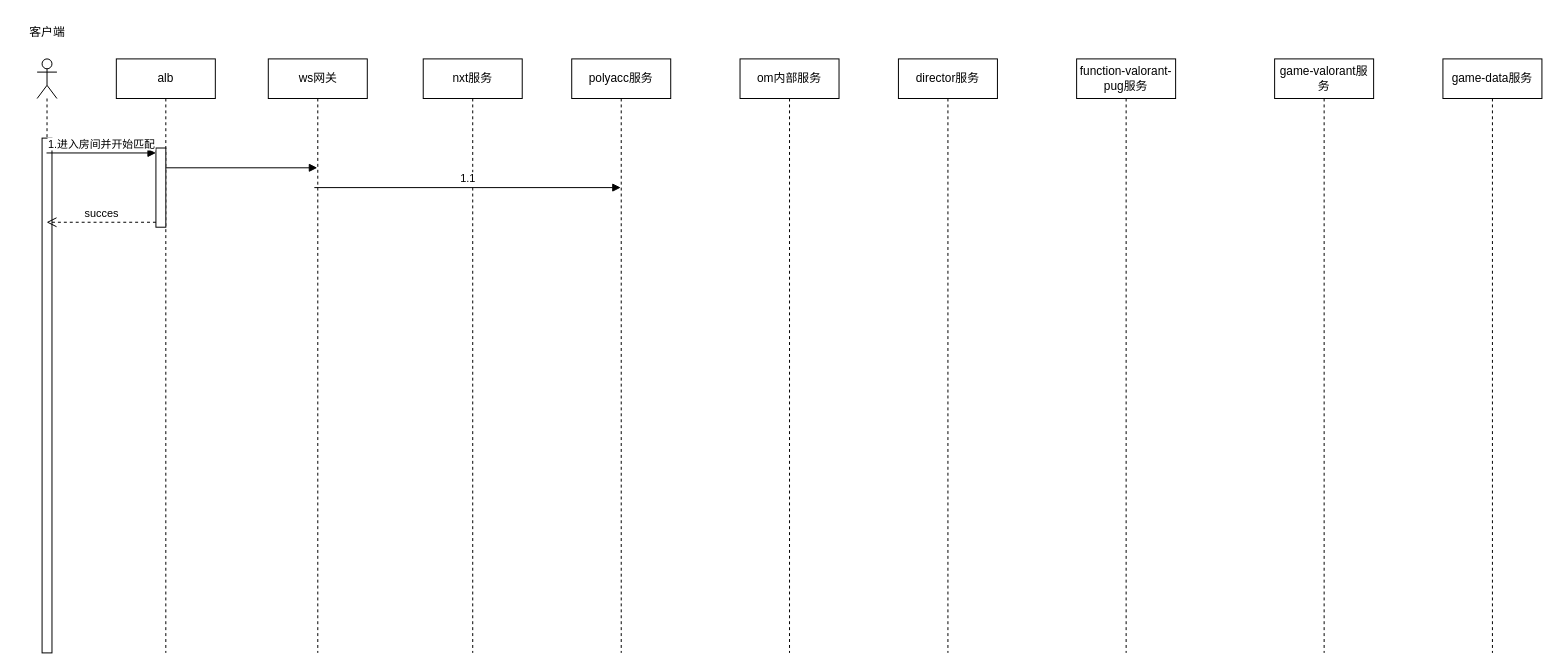
Above: 未命名绘图.drawio in haozhi-ly/test (draw.io), before the change. Source tidied: cells renumbered, new cells numbered last; positions are measured from the earlier drawing's top-left corner, leaving out a move shared by most shapes. Both pictures are drawn from the tidied source at 99%, with x=0, y=0 at pixel (17, 17).
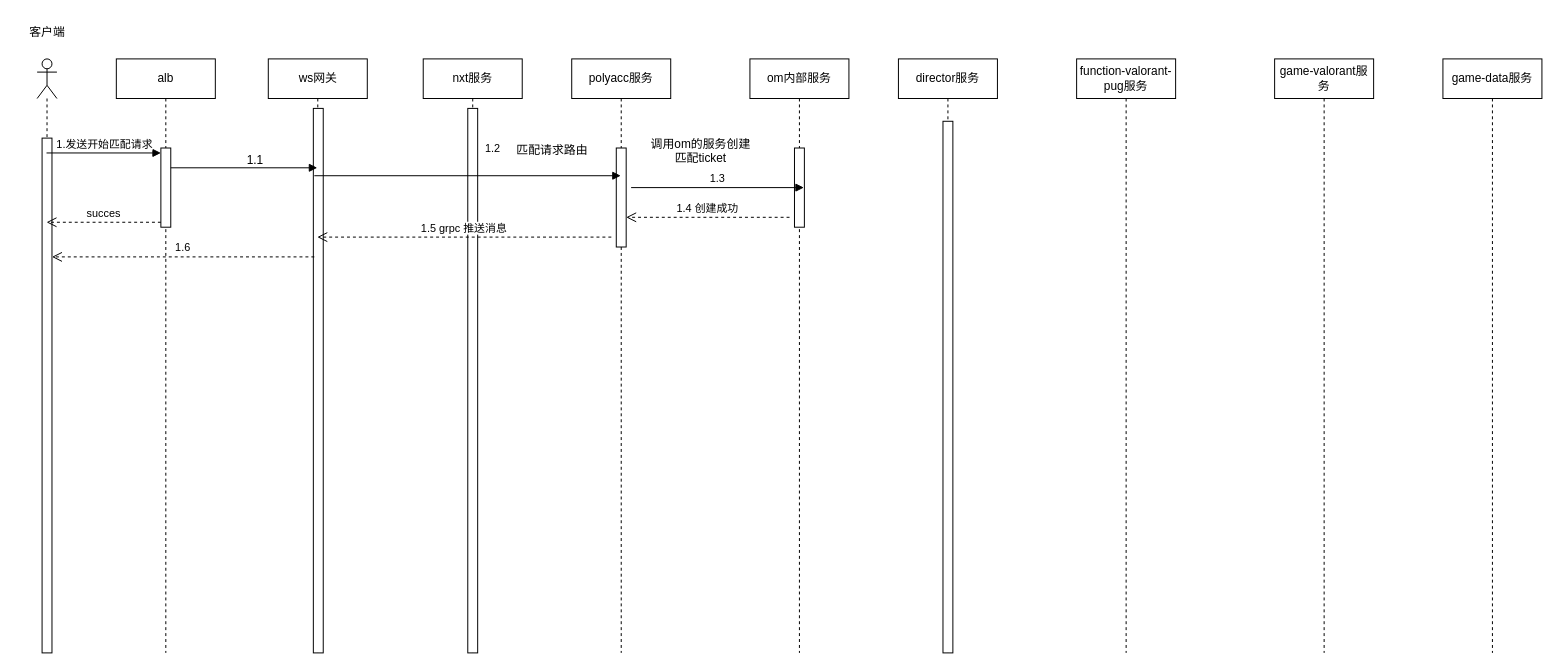
The same page after the edit.

Unchanged cells that the change refers to:
```xml
<mxCell id="2" style="shape=umlLifeline;perimeter=lifelinePerimeter;whiteSpace=wrap;html=1;outlineConnect=0;portConstraint=eastwest;newEdgeStyle={&quot;curved&quot;:0,&quot;rounded&quot;:0};participant=umlActor;" parent="1" vertex="1">
  <mxGeometry x="20" y="42" width="20" height="600" as="geometry" />
</mxCell>
<mxCell id="3" style="html=1;points=[[0,0,0,0,5],[0,1,0,0,-5],[1,0,0,0,5],[1,1,0,0,-5]];perimeter=orthogonalPerimeter;outlineConnect=0;targetShapes=umlLifeline;portConstraint=eastwest;newEdgeStyle={&quot;curved&quot;:0,&quot;rounded&quot;:0};" parent="2" vertex="1">
  <mxGeometry x="5" y="80" width="10" height="520" as="geometry" />
</mxCell>
<mxCell id="5" value="alb" style="shape=umlLifeline;perimeter=lifelinePerimeter;whiteSpace=wrap;html=1;newEdgeStyle={&quot;curved&quot;:0,&quot;rounded&quot;:0};" parent="1" vertex="1">
  <mxGeometry x="100" y="42" width="100" height="600" as="geometry" />
</mxCell>
<mxCell id="7" value="ws网关" style="shape=umlLifeline;perimeter=lifelinePerimeter;whiteSpace=wrap;html=1;outlineConnect=0;portConstraint=eastwest;newEdgeStyle={&quot;curved&quot;:0,&quot;rounded&quot;:0};" parent="1" vertex="1">
  <mxGeometry x="253.5" y="42" width="100" height="600" as="geometry" />
</mxCell>
<mxCell id="8" value="&lt;span style=&quot;white-space-collapse: preserve; background-color: transparent; color: light-dark(rgb(0, 0, 0), rgb(255, 255, 255));&quot;&gt;polyacc&lt;/span&gt;服务" style="shape=umlLifeline;perimeter=lifelinePerimeter;whiteSpace=wrap;html=1;outlineConnect=0;portConstraint=eastwest;newEdgeStyle={&quot;curved&quot;:0,&quot;rounded&quot;:0};" parent="1" vertex="1">
  <mxGeometry x="560" y="42" width="100" height="600" as="geometry" />
</mxCell>
<mxCell id="9" value="&lt;span style=&quot;white-space-collapse: preserve;&quot;&gt;director服务&lt;/span&gt;" style="shape=umlLifeline;perimeter=lifelinePerimeter;whiteSpace=wrap;html=1;newEdgeStyle={&quot;curved&quot;:0,&quot;rounded&quot;:0};" parent="1" vertex="1">
  <mxGeometry x="890" y="42" width="100" height="600" as="geometry" />
</mxCell>
<mxCell id="12" value="&lt;span style=&quot;white-space-collapse: preserve; background-color: transparent; color: light-dark(rgb(0, 0, 0), rgb(255, 255, 255));&quot;&gt;nxt&lt;/span&gt;服务" style="shape=umlLifeline;perimeter=lifelinePerimeter;whiteSpace=wrap;html=1;newEdgeStyle={&quot;curved&quot;:0,&quot;rounded&quot;:0};" parent="1" vertex="1">
  <mxGeometry x="410" y="42" width="100" height="600" as="geometry" />
</mxCell>
```

What changed in the source:
```diff
@@
     <mxCell id="6" style="html=1;points=[[0,0,0,0,5],[0,1,0,0,-5],[1,0,0,0,5],[1,1,0,0,-5]];perimeter=orthogonalPerimeter;outlineConnect=0;targetShapes=umlLifeline;portConstraint=eastwest;newEdgeStyle={&quot;curved&quot;:0,&quot;rounded&quot;:0};" parent="5" vertex="1">
-      <mxGeometry x="40" y="90" width="10" height="80" as="geometry" />
+      <mxGeometry x="45" y="90" width="10" height="80" as="geometry" />
     </mxCell>
@@
+    <mxCell id="19" style="html=1;perimeter=orthogonalPerimeter;targetShapes=umlLifeline;newEdgeStyle={&quot;curved&quot;:0,&quot;rounded&quot;:0};" parent="7" vertex="1">
+      <mxGeometry x="45.5" y="50" width="10" height="550" as="geometry" />
+    </mxCell>
@@
+    <mxCell id="20" style="html=1;points=[[0,0,0,0,5],[0,1,0,0,-5],[1,0,0,0,5],[1,1,0,0,-5]];perimeter=orthogonalPerimeter;outlineConnect=0;targetShapes=umlLifeline;portConstraint=eastwest;newEdgeStyle={&quot;curved&quot;:0,&quot;rounded&quot;:0};" parent="8" vertex="1">
+      <mxGeometry x="45" y="90" width="10" height="100" as="geometry" />
+    </mxCell>
@@
+    <mxCell id="21" style="html=1;perimeter=orthogonalPerimeter;targetShapes=umlLifeline;newEdgeStyle={&quot;curved&quot;:0,&quot;rounded&quot;:0};" parent="9" vertex="1">
+      <mxGeometry x="45" y="63" width="10" height="537" as="geometry" />
+    </mxCell>
@@
+    <mxCell id="22" style="html=1;perimeter=orthogonalPerimeter;targetShapes=umlLifeline;newEdgeStyle={&quot;curved&quot;:0,&quot;rounded&quot;:0};" parent="12" vertex="1">
+      <mxGeometry x="45" y="50" width="10" height="550" as="geometry" />
+    </mxCell>
@@
-    <mxCell id="14" value="1.进入房间并开始匹配" style="html=1;verticalAlign=bottom;endArrow=block;curved=0;rounded=0;entryX=0;entryY=0;entryDx=0;entryDy=5;" parent="1" edge="1" source="2" target="6">
+    <mxCell id="14" value="1.发送开始匹配请求" style="html=1;verticalAlign=bottom;endArrow=block;curved=0;rounded=0;entryX=0;entryY=0;entryDx=0;entryDy=5;" parent="1" edge="1" source="2" target="6">
       <mxGeometry relative="1" as="geometry" />
     </mxCell>
@@
     <mxCell id="16" value="&lt;span style=&quot;white-space-collapse: preserve;&quot;&gt;om内部服务&lt;/span&gt;" style="shape=umlLifeline;perimeter=lifelinePerimeter;whiteSpace=wrap;html=1;newEdgeStyle={&quot;curved&quot;:0,&quot;rounded&quot;:0};" parent="1" vertex="1">
-      <mxGeometry x="730" y="42" width="100" height="600" as="geometry" />
+      <mxGeometry x="740" y="42" width="100" height="600" as="geometry" />
     </mxCell>
+    <mxCell id="23" style="html=1;perimeter=orthogonalPerimeter;targetShapes=umlLifeline;newEdgeStyle={&quot;curved&quot;:0,&quot;rounded&quot;:0};" parent="16" vertex="1">
+      <mxGeometry x="45" y="90" width="10" height="80" as="geometry" />
+    </mxCell>
-    <mxCell id="17" style="html=1;verticalAlign=bottom;endArrow=block;curved=0;rounded=0;" parent="1" edge="1">
+    <mxCell id="17" style="html=1;verticalAlign=bottom;endArrow=block;curved=0;rounded=0;" parent="1" edge="1" source="6">
       <mxGeometry relative="1" as="geometry">
-        <mxPoint x="150" y="152" as="sourcePoint" />
         <mxPoint x="303" y="152" as="targetPoint" />
       </mxGeometry>
     </mxCell>
-    <mxCell id="18" value="1.1" style="html=1;verticalAlign=bottom;endArrow=block;curved=0;rounded=0;" parent="1" edge="1" target="8">
-      <mxGeometry relative="1" as="geometry">
-        <mxPoint x="300" y="172" as="sourcePoint" />
+    <mxCell id="18" value="1.2" style="html=1;verticalAlign=bottom;endArrow=block;curved=0;rounded=0;" parent="1" edge="1">
+      <mxGeometry x="0.16" y="18" relative="1" as="geometry">
+        <mxPoint x="300" y="160" as="sourcePoint" />
+        <mxPoint x="609.5" y="160" as="targetPoint" />
       </mxGeometry>
     </mxCell>
+    <mxCell id="24" value="1.1" style="text;html=1;align=center;verticalAlign=middle;strokeColor=none;fillColor=none;" parent="1" vertex="1">
+      <mxGeometry x="220" y="130" width="40" height="30" as="geometry" />
+    </mxCell>
+    <mxCell id="25" value="匹配请求路由" style="text;html=1;align=center;verticalAlign=middle;strokeColor=none;fillColor=none;" parent="1" vertex="1">
+      <mxGeometry x="490" y="120" width="100" height="30" as="geometry" />
+    </mxCell>
+    <mxCell id="26" value="1.3" style="html=1;verticalAlign=bottom;endArrow=block;curved=0;rounded=0;" parent="1" edge="1">
+      <mxGeometry relative="1" as="geometry">
+        <mxPoint x="620" y="172" as="sourcePoint" />
+        <mxPoint x="794.5" y="172" as="targetPoint" />
+      </mxGeometry>
+    </mxCell>
+    <mxCell id="27" value="调用om的服务创建&lt;div&gt;匹配ticket&lt;/div&gt;" style="text;html=1;align=center;verticalAlign=middle;strokeColor=none;fillColor=none;" parent="1" vertex="1">
+      <mxGeometry x="630" y="115" width="120" height="40" as="geometry" />
+    </mxCell>
+    <mxCell id="28" value="1.4 创建成功" style="html=1;verticalAlign=bottom;endArrow=open;dashed=1;endSize=8;curved=0;rounded=0;" parent="1" edge="1" target="20">
+      <mxGeometry relative="1" as="geometry">
+        <mxPoint x="780" y="202" as="sourcePoint" />
+      </mxGeometry>
+    </mxCell>
+    <mxCell id="29" value="1.5 grpc 推送消息" style="html=1;verticalAlign=bottom;endArrow=open;dashed=1;endSize=8;curved=0;rounded=0;" parent="1" edge="1" target="7">
+      <mxGeometry relative="1" as="geometry">
+        <mxPoint x="600" y="222" as="sourcePoint" />
+      </mxGeometry>
+    </mxCell>
+    <mxCell id="30" value="1.6" style="html=1;verticalAlign=bottom;endArrow=open;dashed=1;endSize=8;curved=0;rounded=0;" parent="1" edge="1" target="3">
+      <mxGeometry relative="1" as="geometry">
+        <mxPoint x="300" y="242" as="sourcePoint" />
+      </mxGeometry>
+    </mxCell>
```
